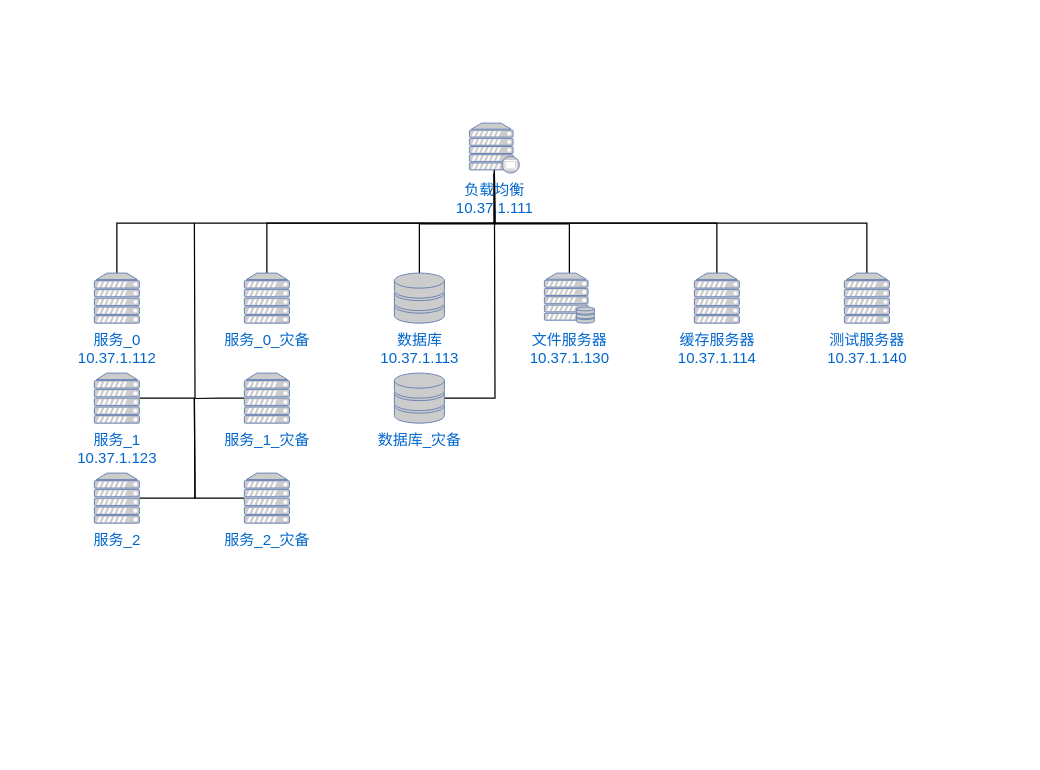
This is 智慧电厂/硬件及网络/虚拟机架构.drawio from qxyanda/UML, a draw.io file, before an edit. Source tidied: cells renumbered, new cells numbered last; positions are measured from the earlier drawing's top-left corner, leaving out a move shared by most shapes. Both pictures are drawn from the tidied source at 125%, with x=0, y=0 at pixel (94, 122).
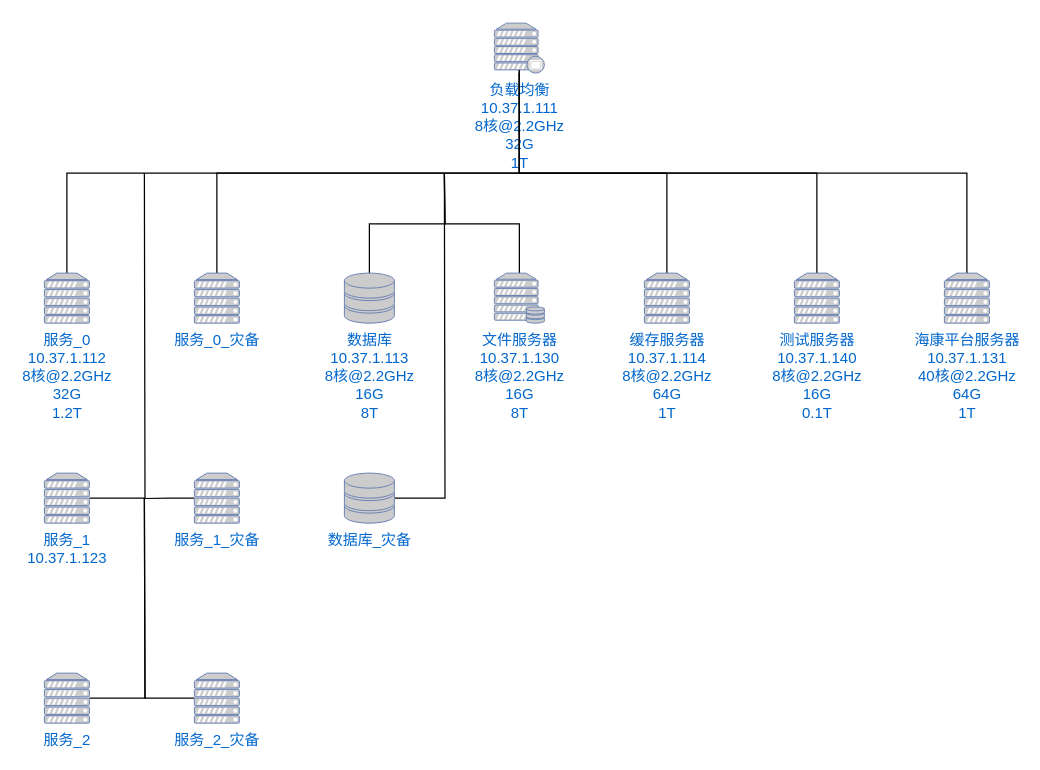
The same page after the edit.

What changed in the source:
```diff
@@
-    <mxCell id="3" value="服务_0&lt;br&gt;10.37.1.112" style="fontColor=#0066CC;verticalAlign=top;verticalLabelPosition=bottom;labelPosition=center;align=center;html=1;outlineConnect=0;fillColor=#CCCCCC;strokeColor=#6881B3;gradientColor=none;gradientDirection=north;strokeWidth=2;shape=mxgraph.networks.server;" parent="1" vertex="1">
-      <mxGeometry y="120" width="36" height="40" as="geometry" />
+    <mxCell id="3" value="服务_0&lt;br&gt;10.37.1.112&lt;br&gt;8核@2.2GHz&lt;br&gt;32G&lt;br&gt;1.2T" style="fontColor=#0066CC;verticalAlign=top;verticalLabelPosition=bottom;labelPosition=center;align=center;html=1;outlineConnect=0;fillColor=#CCCCCC;strokeColor=#6881B3;gradientColor=none;gradientDirection=north;strokeWidth=2;shape=mxgraph.networks.server;" parent="1" vertex="1">
+      <mxGeometry x="-40" y="120" width="36" height="40" as="geometry" />
     </mxCell>
     <mxCell id="4" style="edgeStyle=orthogonalEdgeStyle;rounded=0;jettySize=auto;html=1;exitX=0.5;exitY=0;exitDx=0;exitDy=0;exitPerimeter=0;endArrow=none;endFill=0;" parent="1" edge="1" source="5">
       <mxGeometry relative="1" as="geometry">
-        <mxPoint x="320" y="40" as="targetPoint" />
+        <mxPoint x="280" y="40" as="targetPoint" />
       </mxGeometry>
     </mxCell>
-    <mxCell id="5" value="文件服务器&lt;br&gt;10.37.1.130" style="fontColor=#0066CC;verticalAlign=top;verticalLabelPosition=bottom;labelPosition=center;align=center;html=1;outlineConnect=0;fillColor=#CCCCCC;strokeColor=#6881B3;gradientColor=none;gradientDirection=north;strokeWidth=2;shape=mxgraph.networks.server_storage;" parent="1" vertex="1">
-      <mxGeometry x="360" y="120" width="40" height="40" as="geometry" />
+    <mxCell id="5" value="文件服务器&lt;br&gt;10.37.1.130&lt;br&gt;8核@2.2GHz&lt;br&gt;16G&lt;br&gt;8T" style="fontColor=#0066CC;verticalAlign=top;verticalLabelPosition=bottom;labelPosition=center;align=center;html=1;outlineConnect=0;fillColor=#CCCCCC;strokeColor=#6881B3;gradientColor=none;gradientDirection=north;strokeWidth=2;shape=mxgraph.networks.server_storage;" parent="1" vertex="1">
+      <mxGeometry x="320" y="120" width="40" height="40" as="geometry" />
     </mxCell>
-    <mxCell id="6" value="负载均衡&lt;br&gt;10.37.1.111" style="fontColor=#0066CC;verticalAlign=top;verticalLabelPosition=bottom;labelPosition=center;align=center;html=1;outlineConnect=0;fillColor=#CCCCCC;strokeColor=#6881B3;gradientColor=none;gradientDirection=north;strokeWidth=2;shape=mxgraph.networks.proxy_server;" parent="1" vertex="1">
-      <mxGeometry x="300" width="40" height="40" as="geometry" />
+    <mxCell id="6" value="负载均衡&lt;br&gt;10.37.1.111&lt;br&gt;8核@2.2GHz&lt;br&gt;32G&lt;br&gt;1T" style="fontColor=#0066CC;verticalAlign=top;verticalLabelPosition=bottom;labelPosition=center;align=center;html=1;outlineConnect=0;fillColor=#CCCCCC;strokeColor=#6881B3;gradientColor=none;gradientDirection=north;strokeWidth=2;shape=mxgraph.networks.proxy_server;" parent="1" vertex="1">
+      <mxGeometry x="320" y="-80" width="40" height="40" as="geometry" />
     </mxCell>
     <mxCell id="7" style="edgeStyle=orthogonalEdgeStyle;rounded=0;jettySize=auto;html=1;exitX=0.5;exitY=0;exitDx=0;exitDy=0;exitPerimeter=0;endArrow=none;endFill=0;" parent="1" edge="1" source="8">
       <mxGeometry relative="1" as="geometry">
-        <mxPoint x="320" y="40" as="targetPoint" />
+        <mxPoint x="280" y="40" as="targetPoint" />
       </mxGeometry>
     </mxCell>
-    <mxCell id="8" value="数据库&lt;br&gt;10.37.1.113" style="fontColor=#0066CC;verticalAlign=top;verticalLabelPosition=bottom;labelPosition=center;align=center;html=1;outlineConnect=0;fillColor=#CCCCCC;strokeColor=#6881B3;gradientColor=none;gradientDirection=north;strokeWidth=2;shape=mxgraph.networks.storage;" parent="1" vertex="1">
-      <mxGeometry x="240" y="120" width="40" height="40" as="geometry" />
+    <mxCell id="8" value="数据库&lt;br&gt;10.37.1.113&lt;br&gt;8核@2.2GHz&lt;br&gt;16G&lt;br&gt;8T" style="fontColor=#0066CC;verticalAlign=top;verticalLabelPosition=bottom;labelPosition=center;align=center;html=1;outlineConnect=0;fillColor=#CCCCCC;strokeColor=#6881B3;gradientColor=none;gradientDirection=north;strokeWidth=2;shape=mxgraph.networks.storage;" parent="1" vertex="1">
+      <mxGeometry x="200" y="120" width="40" height="40" as="geometry" />
     </mxCell>
@@
-    <mxCell id="10" value="缓存服务器&lt;br&gt;10.37.1.114" style="fontColor=#0066CC;verticalAlign=top;verticalLabelPosition=bottom;labelPosition=center;align=center;html=1;outlineConnect=0;fillColor=#CCCCCC;strokeColor=#6881B3;gradientColor=none;gradientDirection=north;strokeWidth=2;shape=mxgraph.networks.server;" parent="1" vertex="1">
-      <mxGeometry x="480" y="120" width="36" height="40" as="geometry" />
+    <mxCell id="10" value="缓存服务器&lt;br&gt;10.37.1.114&lt;br&gt;8核@2.2GHz&lt;br&gt;64G&lt;br&gt;1T" style="fontColor=#0066CC;verticalAlign=top;verticalLabelPosition=bottom;labelPosition=center;align=center;html=1;outlineConnect=0;fillColor=#CCCCCC;strokeColor=#6881B3;gradientColor=none;gradientDirection=north;strokeWidth=2;shape=mxgraph.networks.server;" parent="1" vertex="1">
+      <mxGeometry x="440" y="120" width="36" height="40" as="geometry" />
     </mxCell>
@@
-    <mxCell id="12" value="测试服务器&lt;br&gt;10.37.1.140" style="fontColor=#0066CC;verticalAlign=top;verticalLabelPosition=bottom;labelPosition=center;align=center;html=1;outlineConnect=0;fillColor=#CCCCCC;strokeColor=#6881B3;gradientColor=none;gradientDirection=north;strokeWidth=2;shape=mxgraph.networks.server;" parent="1" vertex="1">
-      <mxGeometry x="600" y="120" width="36" height="40" as="geometry" />
+    <mxCell id="12" value="测试服务器&lt;br&gt;10.37.1.140&lt;br&gt;8核@2.2GHz&lt;br&gt;16G&lt;br&gt;0.1T" style="fontColor=#0066CC;verticalAlign=top;verticalLabelPosition=bottom;labelPosition=center;align=center;html=1;outlineConnect=0;fillColor=#CCCCCC;strokeColor=#6881B3;gradientColor=none;gradientDirection=north;strokeWidth=2;shape=mxgraph.networks.server;" parent="1" vertex="1">
+      <mxGeometry x="560" y="120" width="36" height="40" as="geometry" />
     </mxCell>
     <mxCell id="13" style="edgeStyle=orthogonalEdgeStyle;rounded=0;jettySize=auto;html=1;exitX=1;exitY=0.5;exitDx=0;exitDy=0;exitPerimeter=0;endArrow=none;endFill=0;" parent="1" edge="1" source="14">
       <mxGeometry relative="1" as="geometry">
-        <mxPoint x="80" y="80" as="targetPoint" />
+        <mxPoint x="40" y="40" as="targetPoint" />
       </mxGeometry>
     </mxCell>
     <mxCell id="14" value="服务_1&lt;br&gt;10.37.1.123" style="fontColor=#0066CC;verticalAlign=top;verticalLabelPosition=bottom;labelPosition=center;align=center;html=1;outlineConnect=0;fillColor=#CCCCCC;strokeColor=#6881B3;gradientColor=none;gradientDirection=north;strokeWidth=2;shape=mxgraph.networks.server;" parent="1" vertex="1">
-      <mxGeometry y="200" width="36" height="40" as="geometry" />
+      <mxGeometry x="-40" y="280" width="36" height="40" as="geometry" />
     </mxCell>
     <mxCell id="15" style="edgeStyle=orthogonalEdgeStyle;rounded=0;jettySize=auto;html=1;exitX=1;exitY=0.5;exitDx=0;exitDy=0;exitPerimeter=0;endArrow=none;endFill=0;" parent="1" edge="1" source="16">
       <mxGeometry relative="1" as="geometry">
-        <mxPoint x="80" y="220" as="targetPoint" />
+        <mxPoint x="40" y="300" as="targetPoint" />
       </mxGeometry>
     </mxCell>
     <mxCell id="16" value="服务_2" style="fontColor=#0066CC;verticalAlign=top;verticalLabelPosition=bottom;labelPosition=center;align=center;html=1;outlineConnect=0;fillColor=#CCCCCC;strokeColor=#6881B3;gradientColor=none;gradientDirection=north;strokeWidth=2;shape=mxgraph.networks.server;" parent="1" vertex="1">
-      <mxGeometry y="280" width="36" height="40" as="geometry" />
+      <mxGeometry x="-40" y="440" width="36" height="40" as="geometry" />
     </mxCell>
@@
     <mxCell id="18" value="服务_0_灾备" style="fontColor=#0066CC;verticalAlign=top;verticalLabelPosition=bottom;labelPosition=center;align=center;html=1;outlineConnect=0;fillColor=#CCCCCC;strokeColor=#6881B3;gradientColor=none;gradientDirection=north;strokeWidth=2;shape=mxgraph.networks.server;" parent="1" vertex="1">
-      <mxGeometry x="120" y="120" width="36" height="40" as="geometry" />
+      <mxGeometry x="80" y="120" width="36" height="40" as="geometry" />
     </mxCell>
     <mxCell id="19" style="edgeStyle=orthogonalEdgeStyle;rounded=0;jettySize=auto;html=1;exitX=0;exitY=0.5;exitDx=0;exitDy=0;exitPerimeter=0;endArrow=none;endFill=0;" parent="1" edge="1" source="20">
       <mxGeometry relative="1" as="geometry">
-        <mxPoint x="80" y="220.3" as="targetPoint" />
+        <mxPoint x="40" y="300.3" as="targetPoint" />
       </mxGeometry>
     </mxCell>
     <mxCell id="20" value="服务_1_灾备" style="fontColor=#0066CC;verticalAlign=top;verticalLabelPosition=bottom;labelPosition=center;align=center;html=1;outlineConnect=0;fillColor=#CCCCCC;strokeColor=#6881B3;gradientColor=none;gradientDirection=north;strokeWidth=2;shape=mxgraph.networks.server;" parent="1" vertex="1">
-      <mxGeometry x="120" y="200" width="36" height="40" as="geometry" />
+      <mxGeometry x="80" y="280" width="36" height="40" as="geometry" />
     </mxCell>
     <mxCell id="21" style="edgeStyle=orthogonalEdgeStyle;rounded=0;jettySize=auto;html=1;exitX=0;exitY=0.5;exitDx=0;exitDy=0;exitPerimeter=0;endArrow=none;endFill=0;" parent="1" edge="1" source="22">
       <mxGeometry relative="1" as="geometry">
-        <mxPoint x="80" y="220" as="targetPoint" />
+        <mxPoint x="40" y="300" as="targetPoint" />
       </mxGeometry>
     </mxCell>
     <mxCell id="22" value="服务_2_灾备" style="fontColor=#0066CC;verticalAlign=top;verticalLabelPosition=bottom;labelPosition=center;align=center;html=1;outlineConnect=0;fillColor=#CCCCCC;strokeColor=#6881B3;gradientColor=none;gradientDirection=north;strokeWidth=2;shape=mxgraph.networks.server;" parent="1" vertex="1">
-      <mxGeometry x="120" y="280" width="36" height="40" as="geometry" />
+      <mxGeometry x="80" y="440" width="36" height="40" as="geometry" />
     </mxCell>
     <mxCell id="23" style="edgeStyle=orthogonalEdgeStyle;rounded=0;jettySize=auto;html=1;exitX=1;exitY=0.5;exitDx=0;exitDy=0;exitPerimeter=0;endArrow=none;endFill=0;" parent="1" edge="1" source="24">
       <mxGeometry relative="1" as="geometry">
-        <mxPoint x="320" y="40" as="targetPoint" />
+        <mxPoint x="280" y="40" as="targetPoint" />
       </mxGeometry>
     </mxCell>
     <mxCell id="24" value="数据库_灾备" style="fontColor=#0066CC;verticalAlign=top;verticalLabelPosition=bottom;labelPosition=center;align=center;html=1;outlineConnect=0;fillColor=#CCCCCC;strokeColor=#6881B3;gradientColor=none;gradientDirection=north;strokeWidth=2;shape=mxgraph.networks.storage;" parent="1" vertex="1">
-      <mxGeometry x="240" y="200" width="40" height="40" as="geometry" />
+      <mxGeometry x="200" y="280" width="40" height="40" as="geometry" />
     </mxCell>
+    <mxCell id="25" style="edgeStyle=orthogonalEdgeStyle;rounded=0;jettySize=auto;html=1;exitX=0.5;exitY=0;exitDx=0;exitDy=0;exitPerimeter=0;endArrow=none;endFill=0;entryX=0.5;entryY=0.94;entryDx=0;entryDy=0;entryPerimeter=0;" parent="1" edge="1" source="26" target="6">
+      <mxGeometry relative="1" as="geometry" />
+    </mxCell>
+    <mxCell id="26" value="海康平台服务器&lt;br&gt;10.37.1.131&lt;br&gt;40核@2.2GHz&lt;br&gt;64G&lt;br&gt;1T" style="fontColor=#0066CC;verticalAlign=top;verticalLabelPosition=bottom;labelPosition=center;align=center;html=1;outlineConnect=0;fillColor=#CCCCCC;strokeColor=#6881B3;gradientColor=none;gradientDirection=north;strokeWidth=2;shape=mxgraph.networks.server;" parent="1" vertex="1">
+      <mxGeometry x="680" y="120" width="36" height="40" as="geometry" />
+    </mxCell>
```
